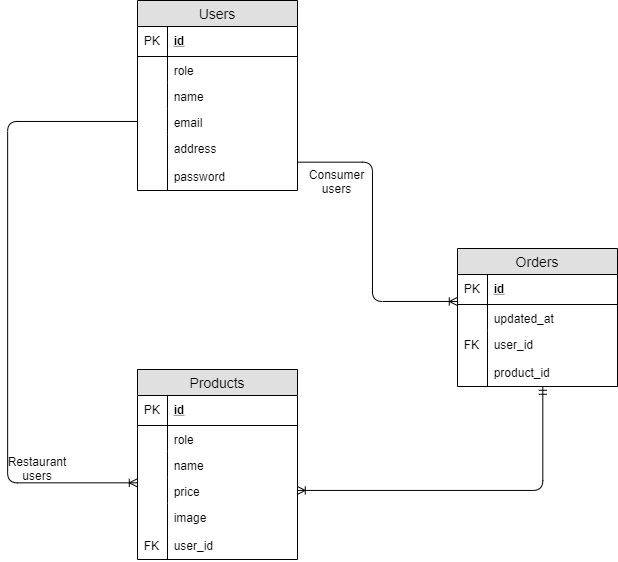
This is public/images/erdiagram.png from JakeAttard/UberEatsClone, a draw.io export, as it was before one commit. Source tidied: cells renumbered, new cells last; positions are measured from the earlier drawing's top-left corner, leaving out a move shared by most shapes. Source of this version:
```xml
<mxGraphModel>
  <root>
    <mxCell id="0" />
    <mxCell id="1" parent="0" />
    <mxCell id="2" value="Users" style="swimlane;fontStyle=0;horizontal=1;startSize=26;fillColor=#e0e0e0;swimlaneFillColor=#ffffff;align=center;fontSize=14;" parent="1" vertex="1">
      <mxGeometry x="130" width="160" height="190" as="geometry" />
    </mxCell>
    <mxCell id="3" value="id" style="shape=partialRectangle;top=0;left=0;right=0;bottom=1;align=left;verticalAlign=middle;fillColor=none;spacingLeft=34;spacingRight=4;overflow=hidden;fontStyle=5;fontSize=12;" parent="2" vertex="1">
      <mxGeometry y="26" width="160" height="30" as="geometry" />
    </mxCell>
    <mxCell id="4" value="PK" style="shape=partialRectangle;top=0;left=0;bottom=0;fillColor=none;align=left;verticalAlign=middle;spacingLeft=4;spacingRight=4;overflow=hidden;fontSize=12;" parent="3" vertex="1">
      <mxGeometry width="30" height="30" as="geometry" />
    </mxCell>
    <mxCell id="5" value="role" style="shape=partialRectangle;top=0;left=0;right=0;bottom=0;align=left;verticalAlign=top;fillColor=none;spacingLeft=34;spacingRight=4;overflow=hidden;fontSize=12;" parent="2" vertex="1">
      <mxGeometry y="56" width="160" height="26" as="geometry" />
    </mxCell>
    <mxCell id="6" style="shape=partialRectangle;top=0;left=0;bottom=0;fillColor=none;align=left;verticalAlign=top;spacingLeft=4;spacingRight=4;overflow=hidden;fontSize=12;" parent="5" vertex="1">
      <mxGeometry width="30" height="26" as="geometry" />
    </mxCell>
    <mxCell id="7" value="name" style="shape=partialRectangle;top=0;left=0;right=0;bottom=0;align=left;verticalAlign=top;fillColor=none;spacingLeft=34;spacingRight=4;overflow=hidden;fontSize=12;" parent="2" vertex="1">
      <mxGeometry y="82" width="160" height="26" as="geometry" />
    </mxCell>
    <mxCell id="8" style="shape=partialRectangle;top=0;left=0;bottom=0;fillColor=none;align=left;verticalAlign=top;spacingLeft=4;spacingRight=4;overflow=hidden;fontSize=12;" parent="7" vertex="1">
      <mxGeometry width="30" height="26" as="geometry" />
    </mxCell>
    <mxCell id="9" value="email" style="shape=partialRectangle;top=0;left=0;right=0;bottom=0;align=left;verticalAlign=top;fillColor=none;spacingLeft=34;spacingRight=4;overflow=hidden;points=[[0,0.5],[1,0.5]];portConstraint=eastwest;fontSize=12;" parent="2" vertex="1">
      <mxGeometry y="108" width="160" height="26" as="geometry" />
    </mxCell>
    <mxCell id="10" style="shape=partialRectangle;top=0;left=0;bottom=0;fillColor=none;align=left;verticalAlign=top;spacingLeft=4;spacingRight=4;overflow=hidden;fontSize=12;" parent="9" vertex="1">
      <mxGeometry width="30" height="26" as="geometry" />
    </mxCell>
    <mxCell id="11" value="address&#10;&#10;password" style="shape=partialRectangle;top=0;left=0;right=0;bottom=0;align=left;verticalAlign=top;fillColor=none;spacingLeft=34;spacingRight=4;overflow=hidden;points=[[0,0.5],[1,0.5]];portConstraint=eastwest;fontSize=12;" parent="2" vertex="1">
      <mxGeometry y="134" width="160" height="56" as="geometry" />
    </mxCell>
    <mxCell id="12" style="shape=partialRectangle;top=0;left=0;bottom=0;fillColor=none;align=left;verticalAlign=top;spacingLeft=4;spacingRight=4;overflow=hidden;fontSize=12;" parent="11" vertex="1">
      <mxGeometry width="30" height="56" as="geometry" />
    </mxCell>
    <mxCell id="13" value="Products" style="swimlane;fontStyle=0;horizontal=1;startSize=26;fillColor=#e0e0e0;swimlaneFillColor=#ffffff;align=center;fontSize=14;" parent="1" vertex="1">
      <mxGeometry x="130" y="369" width="160" height="190" as="geometry" />
    </mxCell>
    <mxCell id="14" value="id" style="shape=partialRectangle;top=0;left=0;right=0;bottom=1;align=left;verticalAlign=middle;fillColor=none;spacingLeft=34;spacingRight=4;overflow=hidden;fontStyle=5;fontSize=12;" parent="13" vertex="1">
      <mxGeometry y="26" width="160" height="30" as="geometry" />
    </mxCell>
    <mxCell id="15" value="PK" style="shape=partialRectangle;top=0;left=0;bottom=0;fillColor=none;align=left;verticalAlign=middle;spacingLeft=4;spacingRight=4;overflow=hidden;fontSize=12;" parent="14" vertex="1">
      <mxGeometry width="30" height="30" as="geometry" />
    </mxCell>
    <mxCell id="16" value="role" style="shape=partialRectangle;top=0;left=0;right=0;bottom=0;align=left;verticalAlign=top;fillColor=none;spacingLeft=34;spacingRight=4;overflow=hidden;fontSize=12;" parent="13" vertex="1">
      <mxGeometry y="56" width="160" height="26" as="geometry" />
    </mxCell>
    <mxCell id="17" style="shape=partialRectangle;top=0;left=0;bottom=0;fillColor=none;align=left;verticalAlign=top;spacingLeft=4;spacingRight=4;overflow=hidden;fontSize=12;" parent="16" vertex="1">
      <mxGeometry width="30" height="26" as="geometry" />
    </mxCell>
    <mxCell id="18" value="name" style="shape=partialRectangle;top=0;left=0;right=0;bottom=0;align=left;verticalAlign=top;fillColor=none;spacingLeft=34;spacingRight=4;overflow=hidden;fontSize=12;" parent="13" vertex="1">
      <mxGeometry y="82" width="160" height="26" as="geometry" />
    </mxCell>
    <mxCell id="19" style="shape=partialRectangle;top=0;left=0;bottom=0;fillColor=none;align=left;verticalAlign=top;spacingLeft=4;spacingRight=4;overflow=hidden;fontSize=12;" parent="18" vertex="1">
      <mxGeometry width="30" height="26" as="geometry" />
    </mxCell>
    <mxCell id="20" value="price" style="shape=partialRectangle;top=0;left=0;right=0;bottom=0;align=left;verticalAlign=top;fillColor=none;spacingLeft=34;spacingRight=4;overflow=hidden;points=[[0,0.5],[1,0.5]];portConstraint=eastwest;fontSize=12;" parent="13" vertex="1">
      <mxGeometry y="108" width="160" height="26" as="geometry" />
    </mxCell>
    <mxCell id="21" style="shape=partialRectangle;top=0;left=0;bottom=0;fillColor=none;align=left;verticalAlign=top;spacingLeft=4;spacingRight=4;overflow=hidden;fontSize=12;" parent="20" vertex="1">
      <mxGeometry width="30" height="26" as="geometry" />
    </mxCell>
    <mxCell id="22" value="image&#10;&#10;user_id" style="shape=partialRectangle;top=0;left=0;right=0;bottom=0;align=left;verticalAlign=top;fillColor=none;spacingLeft=34;spacingRight=4;overflow=hidden;points=[[0,0.5],[1,0.5]];portConstraint=eastwest;fontSize=12;" parent="13" vertex="1">
      <mxGeometry y="134" width="160" height="56" as="geometry" />
    </mxCell>
    <mxCell id="23" value="&#10;&#10;FK" style="shape=partialRectangle;top=0;left=0;bottom=0;fillColor=none;align=left;verticalAlign=top;spacingLeft=4;spacingRight=4;overflow=hidden;fontSize=12;" parent="22" vertex="1">
      <mxGeometry width="30" height="56" as="geometry" />
    </mxCell>
    <mxCell id="24" value="Orders" style="swimlane;fontStyle=0;horizontal=1;startSize=26;fillColor=#e0e0e0;swimlaneFillColor=#ffffff;align=center;fontSize=14;" parent="1" vertex="1">
      <mxGeometry x="450" y="248" width="160" height="138" as="geometry" />
    </mxCell>
    <mxCell id="25" value="id" style="shape=partialRectangle;top=0;left=0;right=0;bottom=1;align=left;verticalAlign=middle;fillColor=none;spacingLeft=34;spacingRight=4;overflow=hidden;fontStyle=5;fontSize=12;" parent="24" vertex="1">
      <mxGeometry y="26" width="160" height="30" as="geometry" />
    </mxCell>
    <mxCell id="26" value="PK" style="shape=partialRectangle;top=0;left=0;bottom=0;fillColor=none;align=left;verticalAlign=middle;spacingLeft=4;spacingRight=4;overflow=hidden;fontSize=12;" parent="25" vertex="1">
      <mxGeometry width="30" height="30" as="geometry" />
    </mxCell>
    <mxCell id="27" value="updated_at" style="shape=partialRectangle;top=0;left=0;right=0;bottom=0;align=left;verticalAlign=top;fillColor=none;spacingLeft=34;spacingRight=4;overflow=hidden;points=[[0,0.5],[1,0.5]];portConstraint=eastwest;fontSize=12;" parent="24" vertex="1">
      <mxGeometry y="56" width="160" height="26" as="geometry" />
    </mxCell>
    <mxCell id="28" style="shape=partialRectangle;top=0;left=0;bottom=0;fillColor=none;align=left;verticalAlign=top;spacingLeft=4;spacingRight=4;overflow=hidden;fontSize=12;" parent="27" vertex="1">
      <mxGeometry width="30" height="26" as="geometry" />
    </mxCell>
    <mxCell id="29" value="user_id&#10;&#10;product_id" style="shape=partialRectangle;top=0;left=0;right=0;bottom=0;align=left;verticalAlign=top;fillColor=none;spacingLeft=34;spacingRight=4;overflow=hidden;points=[[0,0.5],[1,0.5]];portConstraint=eastwest;fontSize=12;" parent="24" vertex="1">
      <mxGeometry y="82" width="160" height="56" as="geometry" />
    </mxCell>
    <mxCell id="30" value="FK" style="shape=partialRectangle;top=0;left=0;bottom=0;fillColor=none;align=left;verticalAlign=top;spacingLeft=4;spacingRight=4;overflow=hidden;fontSize=12;" parent="29" vertex="1">
      <mxGeometry width="30" height="56" as="geometry" />
    </mxCell>
    <mxCell id="31" style="edgeStyle=orthogonalEdgeStyle;fontSize=12;html=1;endArrow=ERoneToMany;startArrow=ERmandOne;exitX=0.534;exitY=0.995;exitDx=0;exitDy=0;exitPerimeter=0;entryX=1;entryY=0.5;entryDx=0;entryDy=0;" parent="1" edge="1" source="29" target="20">
      <mxGeometry relative="1" as="geometry">
        <Array as="points">
          <mxPoint x="536" y="490" />
        </Array>
      </mxGeometry>
    </mxCell>
    <mxCell id="32" style="edgeStyle=orthogonalEdgeStyle;fontSize=12;html=1;endArrow=ERoneToMany;entryX=-0.002;entryY=0.199;entryDx=0;entryDy=0;entryPerimeter=0;exitX=0;exitY=0.5;exitDx=0;exitDy=0;" parent="1" edge="1" source="9" target="20">
      <mxGeometry relative="1" as="geometry">
        <Array as="points">
          <mxPoint y="121" />
          <mxPoint y="482" />
        </Array>
      </mxGeometry>
    </mxCell>
    <mxCell id="33" value="Consumer users" style="text;html=1;strokeColor=none;fillColor=none;align=center;verticalAlign=middle;whiteSpace=wrap;rounded=0;" parent="1" vertex="1">
      <mxGeometry x="310" y="170" width="40" height="20" as="geometry" />
    </mxCell>
    <mxCell id="34" value="Restaurant users" style="text;html=1;strokeColor=none;fillColor=none;align=center;verticalAlign=middle;whiteSpace=wrap;rounded=0;" parent="1" vertex="1">
      <mxGeometry x="10" y="457" width="40" height="20" as="geometry" />
    </mxCell>
    <mxCell id="35" style="edgeStyle=orthogonalEdgeStyle;fontSize=12;html=1;endArrow=ERoneToMany;entryX=-0.003;entryY=-0.121;entryDx=0;entryDy=0;entryPerimeter=0;exitX=1;exitY=0.5;exitDx=0;exitDy=0;" parent="1" edge="1" source="11" target="27">
      <mxGeometry relative="1" as="geometry">
        <Array as="points">
          <mxPoint x="365" y="162" />
          <mxPoint x="365" y="301" />
        </Array>
      </mxGeometry>
    </mxCell>
  </root>
</mxGraphModel>
```
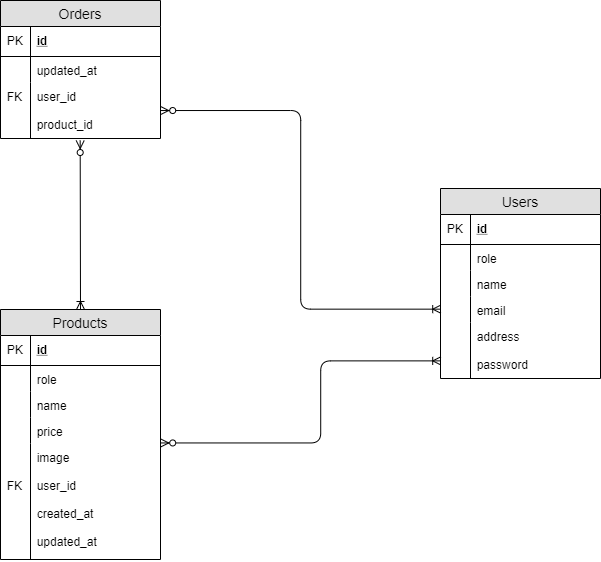
Later version of the same file.

The edit, as a diff of the source:
```diff
@@ -3,7 +3,7 @@
     <mxCell id="0" />
     <mxCell id="1" parent="0" />
     <mxCell id="2" value="Users" style="swimlane;fontStyle=0;horizontal=1;startSize=26;fillColor=#e0e0e0;swimlaneFillColor=#ffffff;align=center;fontSize=14;" parent="1" vertex="1">
-      <mxGeometry x="130" width="160" height="190" as="geometry" />
+      <mxGeometry x="570" y="248" width="160" height="190" as="geometry" />
     </mxCell>
     <mxCell id="3" value="id" style="shape=partialRectangle;top=0;left=0;right=0;bottom=1;align=left;verticalAlign=middle;fillColor=none;spacingLeft=34;spacingRight=4;overflow=hidden;fontStyle=5;fontSize=12;" parent="2" vertex="1">
       <mxGeometry y="26" width="160" height="30" as="geometry" />
@@ -36,7 +36,7 @@
       <mxGeometry width="30" height="56" as="geometry" />
     </mxCell>
     <mxCell id="13" value="Products" style="swimlane;fontStyle=0;horizontal=1;startSize=26;fillColor=#e0e0e0;swimlaneFillColor=#ffffff;align=center;fontSize=14;" parent="1" vertex="1">
-      <mxGeometry x="130" y="369" width="160" height="190" as="geometry" />
+      <mxGeometry x="130" y="369" width="160" height="250" as="geometry" />
     </mxCell>
     <mxCell id="14" value="id" style="shape=partialRectangle;top=0;left=0;right=0;bottom=1;align=left;verticalAlign=middle;fillColor=none;spacingLeft=34;spacingRight=4;overflow=hidden;fontStyle=5;fontSize=12;" parent="13" vertex="1">
       <mxGeometry y="26" width="160" height="30" as="geometry" />
@@ -62,14 +62,14 @@
     <mxCell id="21" style="shape=partialRectangle;top=0;left=0;bottom=0;fillColor=none;align=left;verticalAlign=top;spacingLeft=4;spacingRight=4;overflow=hidden;fontSize=12;" parent="20" vertex="1">
       <mxGeometry width="30" height="26" as="geometry" />
     </mxCell>
-    <mxCell id="22" value="image&#10;&#10;user_id" style="shape=partialRectangle;top=0;left=0;right=0;bottom=0;align=left;verticalAlign=top;fillColor=none;spacingLeft=34;spacingRight=4;overflow=hidden;points=[[0,0.5],[1,0.5]];portConstraint=eastwest;fontSize=12;" parent="13" vertex="1">
-      <mxGeometry y="134" width="160" height="56" as="geometry" />
+    <mxCell id="22" value="image&#10;&#10;user_id&#10;&#10;created_at&#10;&#10;updated_at" style="shape=partialRectangle;top=0;left=0;right=0;bottom=0;align=left;verticalAlign=top;fillColor=none;spacingLeft=34;spacingRight=4;overflow=hidden;points=[[0,0.5],[1,0.5]];portConstraint=eastwest;fontSize=12;" parent="13" vertex="1">
+      <mxGeometry y="134" width="160" height="116" as="geometry" />
     </mxCell>
     <mxCell id="23" value="&#10;&#10;FK" style="shape=partialRectangle;top=0;left=0;bottom=0;fillColor=none;align=left;verticalAlign=top;spacingLeft=4;spacingRight=4;overflow=hidden;fontSize=12;" parent="22" vertex="1">
-      <mxGeometry width="30" height="56" as="geometry" />
+      <mxGeometry width="30" height="116" as="geometry" />
     </mxCell>
     <mxCell id="24" value="Orders" style="swimlane;fontStyle=0;horizontal=1;startSize=26;fillColor=#e0e0e0;swimlaneFillColor=#ffffff;align=center;fontSize=14;" parent="1" vertex="1">
-      <mxGeometry x="450" y="248" width="160" height="138" as="geometry" />
+      <mxGeometry x="130" y="60" width="160" height="138" as="geometry" />
     </mxCell>
     <mxCell id="25" value="id" style="shape=partialRectangle;top=0;left=0;right=0;bottom=1;align=left;verticalAlign=middle;fillColor=none;spacingLeft=34;spacingRight=4;overflow=hidden;fontStyle=5;fontSize=12;" parent="24" vertex="1">
       <mxGeometry y="26" width="160" height="30" as="geometry" />
@@ -89,34 +89,19 @@
     <mxCell id="30" value="FK" style="shape=partialRectangle;top=0;left=0;bottom=0;fillColor=none;align=left;verticalAlign=top;spacingLeft=4;spacingRight=4;overflow=hidden;fontSize=12;" parent="29" vertex="1">
       <mxGeometry width="30" height="56" as="geometry" />
     </mxCell>
-    <mxCell id="31" style="edgeStyle=orthogonalEdgeStyle;fontSize=12;html=1;endArrow=ERoneToMany;startArrow=ERmandOne;exitX=0.534;exitY=0.995;exitDx=0;exitDy=0;exitPerimeter=0;entryX=1;entryY=0.5;entryDx=0;entryDy=0;" parent="1" edge="1" source="29" target="20">
-      <mxGeometry relative="1" as="geometry">
-        <Array as="points">
-          <mxPoint x="536" y="490" />
-        </Array>
-      </mxGeometry>
-    </mxCell>
-    <mxCell id="32" style="edgeStyle=orthogonalEdgeStyle;fontSize=12;html=1;endArrow=ERoneToMany;entryX=-0.002;entryY=0.199;entryDx=0;entryDy=0;entryPerimeter=0;exitX=0;exitY=0.5;exitDx=0;exitDy=0;" parent="1" edge="1" source="9" target="20">
-      <mxGeometry relative="1" as="geometry">
-        <Array as="points">
-          <mxPoint y="121" />
-          <mxPoint y="482" />
-        </Array>
-      </mxGeometry>
-    </mxCell>
-    <mxCell id="33" value="Consumer users" style="text;html=1;strokeColor=none;fillColor=none;align=center;verticalAlign=middle;whiteSpace=wrap;rounded=0;" parent="1" vertex="1">
-      <mxGeometry x="310" y="170" width="40" height="20" as="geometry" />
-    </mxCell>
-    <mxCell id="34" value="Restaurant users" style="text;html=1;strokeColor=none;fillColor=none;align=center;verticalAlign=middle;whiteSpace=wrap;rounded=0;" parent="1" vertex="1">
-      <mxGeometry x="10" y="457" width="40" height="20" as="geometry" />
-    </mxCell>
-    <mxCell id="35" style="edgeStyle=orthogonalEdgeStyle;fontSize=12;html=1;endArrow=ERoneToMany;entryX=-0.003;entryY=-0.121;entryDx=0;entryDy=0;entryPerimeter=0;exitX=1;exitY=0.5;exitDx=0;exitDy=0;" parent="1" edge="1" source="11" target="27">
-      <mxGeometry relative="1" as="geometry">
-        <Array as="points">
-          <mxPoint x="365" y="162" />
-          <mxPoint x="365" y="301" />
-        </Array>
-      </mxGeometry>
-    </mxCell>
+    <mxCell id="36" style="edgeStyle=orthogonalEdgeStyle;fontSize=12;html=1;endArrow=ERoneToMany;startArrow=ERzeroToMany;exitX=1;exitY=0.5;exitDx=0;exitDy=0;entryX=0;entryY=0.5;entryDx=0;entryDy=0;" parent="1" edge="1" source="29" target="9">
+      <mxGeometry relative="1" as="geometry" />
+    </mxCell>
+    <mxCell id="37" style="edgeStyle=orthogonalEdgeStyle;fontSize=12;html=1;endArrow=ERoneToMany;startArrow=ERzeroToMany;exitX=1.001;exitY=-0.007;exitDx=0;exitDy=0;exitPerimeter=0;entryX=0;entryY=0.681;entryDx=0;entryDy=0;entryPerimeter=0;" parent="1" edge="1" source="22" target="11">
+      <mxGeometry relative="1" as="geometry">
+        <Array as="points">
+          <mxPoint x="450" y="502" />
+          <mxPoint x="450" y="420" />
+        </Array>
+      </mxGeometry>
+    </mxCell>
+    <mxCell id="38" style="fontSize=12;html=1;endArrow=ERoneToMany;startArrow=ERzeroToMany;exitX=0.498;exitY=1.036;exitDx=0;exitDy=0;entryX=0.5;entryY=0;entryDx=0;entryDy=0;exitPerimeter=0;" parent="1" edge="1" source="29" target="13">
+      <mxGeometry relative="1" as="geometry" />
+    </mxCell>
   </root>
 </mxGraphModel>
```
